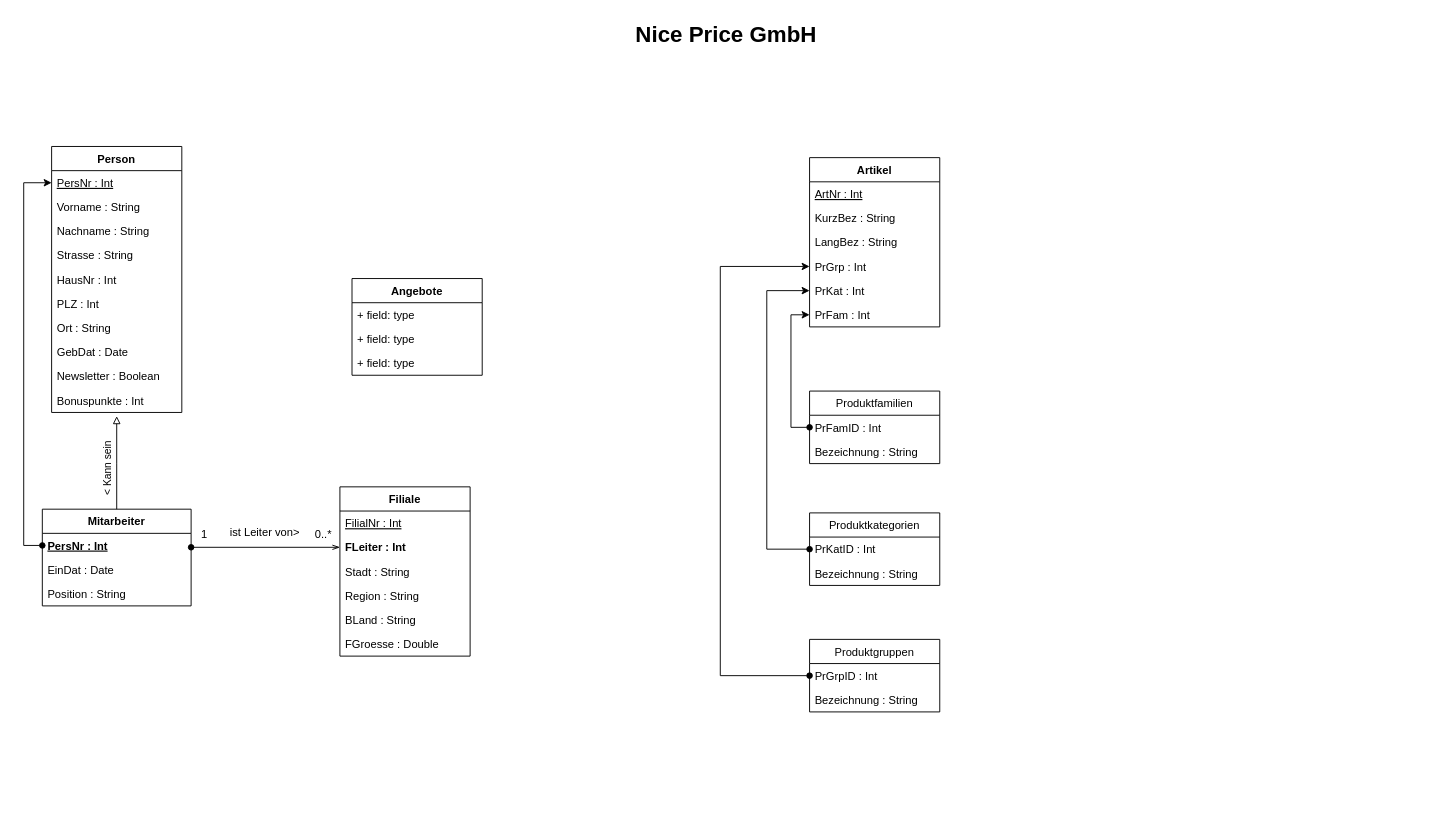
The draw.io diagram NicePriceUML.drawio in Resteklicken/DBS, before the edit. Source tidied: cells renumbered, new cells numbered last; positions are measured from the earlier drawing's top-left corner, leaving out a move shared by most shapes. Both pictures are drawn from the tidied source at 93%, with x=0, y=0 at pixel (23, 16).
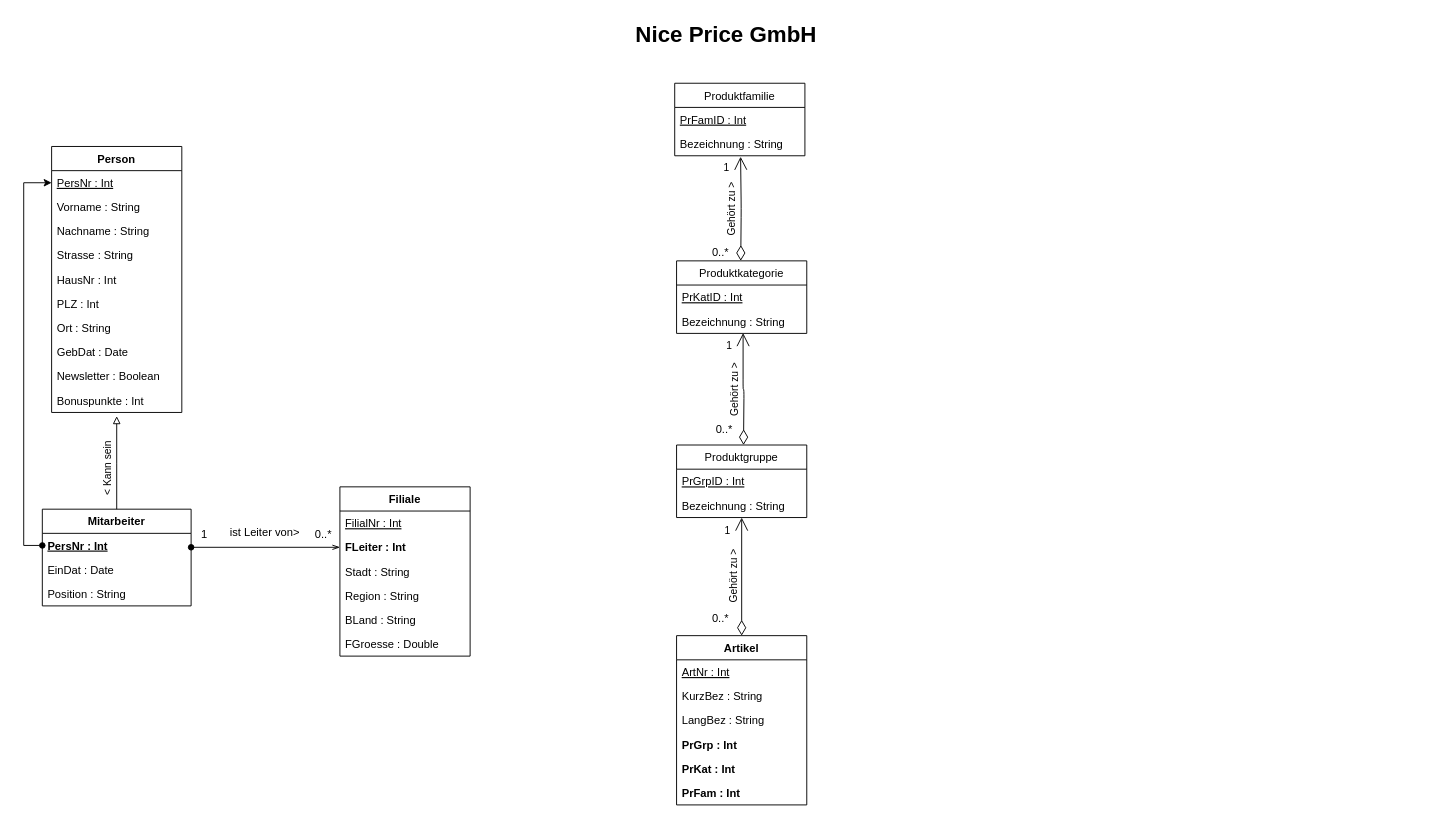
The same page after the edit.

Commit message:
Alignment etc Grupppen, Familien, Kategorien

Unchanged cells that the change refers to:
```xml
<mxCell id="45" value="Bezeichnung : String" style="text;strokeColor=none;fillColor=none;align=left;verticalAlign=top;spacingLeft=4;spacingRight=4;overflow=hidden;points=[[0,0.5],[1,0.5]];portConstraint=eastwest;" parent="43" vertex="1">
  <mxGeometry y="52" width="140" height="26" as="geometry" />
</mxCell>
<mxCell id="48" value="Bezeichnung : String" style="text;strokeColor=none;fillColor=none;align=left;verticalAlign=top;spacingLeft=4;spacingRight=4;overflow=hidden;points=[[0,0.5],[1,0.5]];portConstraint=eastwest;" parent="46" vertex="1">
  <mxGeometry y="52" width="140" height="26" as="geometry" />
</mxCell>
<mxCell id="51" value="Bezeichnung : String" style="text;strokeColor=none;fillColor=none;align=left;verticalAlign=top;spacingLeft=4;spacingRight=4;overflow=hidden;points=[[0,0.5],[1,0.5]];portConstraint=eastwest;" parent="49" vertex="1">
  <mxGeometry y="52" width="140" height="26" as="geometry" />
</mxCell>
```

Change to the diagram source:
```diff
@@
     <mxCell id="27" value="Artikel" style="swimlane;fontStyle=1;horizontal=1;startSize=26;fillColor=none;" parent="1" vertex="1">
-      <mxGeometry x="845" y="152" width="140" height="182" as="geometry" />
+      <mxGeometry x="702" y="666" width="140" height="182" as="geometry" />
     </mxCell>
@@
-    <mxCell id="31" value="PrGrp : Int&#10;" style="text;strokeColor=none;fillColor=none;align=left;verticalAlign=top;spacingLeft=4;spacingRight=4;overflow=hidden;points=[[0,0.5],[1,0.5]];portConstraint=eastwest;" parent="27" vertex="1">
+    <mxCell id="31" value="PrGrp : Int&#10;" style="text;strokeColor=none;fillColor=none;align=left;verticalAlign=top;spacingLeft=4;spacingRight=4;overflow=hidden;points=[[0,0.5],[1,0.5]];portConstraint=eastwest;fontStyle=1;" parent="27" vertex="1">
       <mxGeometry y="104" width="140" height="26" as="geometry" />
     </mxCell>
-    <mxCell id="32" value="PrKat : Int" style="text;strokeColor=none;fillColor=none;align=left;verticalAlign=top;spacingLeft=4;spacingRight=4;overflow=hidden;points=[[0,0.5],[1,0.5]];portConstraint=eastwest;" parent="27" vertex="1">
+    <mxCell id="32" value="PrKat : Int" style="text;strokeColor=none;fillColor=none;align=left;verticalAlign=top;spacingLeft=4;spacingRight=4;overflow=hidden;points=[[0,0.5],[1,0.5]];portConstraint=eastwest;fontStyle=1;" parent="27" vertex="1">
       <mxGeometry y="130" width="140" height="26" as="geometry" />
     </mxCell>
-    <mxCell id="33" value="PrFam : Int" style="text;strokeColor=none;fillColor=none;align=left;verticalAlign=top;spacingLeft=4;spacingRight=4;overflow=hidden;points=[[0,0.5],[1,0.5]];portConstraint=eastwest;" parent="27" vertex="1">
+    <mxCell id="33" value="PrFam : Int" style="text;strokeColor=none;fillColor=none;align=left;verticalAlign=top;spacingLeft=4;spacingRight=4;overflow=hidden;points=[[0,0.5],[1,0.5]];portConstraint=eastwest;fontStyle=1;" parent="27" vertex="1">
       <mxGeometry y="156" width="140" height="26" as="geometry" />
     </mxCell>
@@
-    <mxCell id="39" value="Angebote" style="swimlane;fontStyle=1;horizontal=1;startSize=26;fillColor=none;" parent="1" vertex="1">
-      <mxGeometry x="353" y="282" width="140" height="104" as="geometry" />
-    </mxCell>
-    <mxCell id="40" value="+ field: type" style="text;strokeColor=none;fillColor=none;align=left;verticalAlign=top;spacingLeft=4;spacingRight=4;overflow=hidden;" parent="39" vertex="1">
-      <mxGeometry y="26" width="140" height="26" as="geometry" />
-    </mxCell>
-    <mxCell id="41" value="+ field: type" style="text;strokeColor=none;fillColor=none;align=left;verticalAlign=top;spacingLeft=4;spacingRight=4;overflow=hidden;" parent="39" vertex="1">
-      <mxGeometry y="52" width="140" height="26" as="geometry" />
-    </mxCell>
-    <mxCell id="42" value="+ field: type" style="text;strokeColor=none;fillColor=none;align=left;verticalAlign=top;spacingLeft=4;spacingRight=4;overflow=hidden;" parent="39" vertex="1">
-      <mxGeometry y="78" width="140" height="26" as="geometry" />
-    </mxCell>
-    <mxCell id="43" value="Produktfamilien" style="swimlane;fontStyle=0;horizontal=1;startSize=26;fillColor=none;" parent="1" vertex="1">
-      <mxGeometry x="845" y="403" width="140" height="78" as="geometry" />
+    <mxCell id="43" value="Produktfamilie" style="swimlane;fontStyle=0;horizontal=1;startSize=26;fillColor=none;" parent="1" vertex="1">
+      <mxGeometry x="700" y="72" width="140" height="78" as="geometry" />
     </mxCell>
-    <mxCell id="44" value="PrFamID : Int" style="text;strokeColor=none;fillColor=none;align=left;verticalAlign=top;spacingLeft=4;spacingRight=4;overflow=hidden;points=[[0,0.5],[1,0.5]];portConstraint=eastwest;" parent="43" vertex="1">
+    <mxCell id="44" value="PrFamID : Int" style="text;strokeColor=none;fillColor=none;align=left;verticalAlign=top;spacingLeft=4;spacingRight=4;overflow=hidden;points=[[0,0.5],[1,0.5]];portConstraint=eastwest;fontStyle=4;" parent="43" vertex="1">
       <mxGeometry y="26" width="140" height="26" as="geometry" />
     </mxCell>
@@
-    <mxCell id="46" value="Produktgruppen" style="swimlane;fontStyle=0;horizontal=1;startSize=26;fillColor=none;" parent="1" vertex="1">
-      <mxGeometry x="845" y="670" width="140" height="78" as="geometry" />
+    <mxCell id="46" value="Produktgruppe" style="swimlane;fontStyle=0;horizontal=1;startSize=26;fillColor=none;" parent="1" vertex="1">
+      <mxGeometry x="702" y="461" width="140" height="78" as="geometry" />
     </mxCell>
-    <mxCell id="47" value="PrGrpID : Int" style="text;strokeColor=none;fillColor=none;align=left;verticalAlign=top;spacingLeft=4;spacingRight=4;overflow=hidden;points=[[0,0.5],[1,0.5]];portConstraint=eastwest;" parent="46" vertex="1">
+    <mxCell id="47" value="PrGrpID : Int" style="text;strokeColor=none;fillColor=none;align=left;verticalAlign=top;spacingLeft=4;spacingRight=4;overflow=hidden;points=[[0,0.5],[1,0.5]];portConstraint=eastwest;fontStyle=4;" parent="46" vertex="1">
       <mxGeometry y="26" width="140" height="26" as="geometry" />
     </mxCell>
@@
-    <mxCell id="49" value="Produktkategorien" style="swimlane;fontStyle=0;horizontal=1;startSize=26;fillColor=none;" parent="1" vertex="1">
-      <mxGeometry x="845" y="534" width="140" height="78" as="geometry" />
+    <mxCell id="49" value="Produktkategorie" style="swimlane;fontStyle=0;horizontal=1;startSize=26;fillColor=none;" parent="1" vertex="1">
+      <mxGeometry x="702" y="263" width="140" height="78" as="geometry" />
     </mxCell>
-    <mxCell id="50" value="PrKatID : Int" style="text;strokeColor=none;fillColor=none;align=left;verticalAlign=top;spacingLeft=4;spacingRight=4;overflow=hidden;points=[[0,0.5],[1,0.5]];portConstraint=eastwest;" parent="49" vertex="1">
+    <mxCell id="50" value="PrKatID : Int" style="text;strokeColor=none;fillColor=none;align=left;verticalAlign=top;spacingLeft=4;spacingRight=4;overflow=hidden;points=[[0,0.5],[1,0.5]];portConstraint=eastwest;fontStyle=4;" parent="49" vertex="1">
       <mxGeometry y="26" width="140" height="26" as="geometry" />
     </mxCell>
@@
-    <mxCell id="52" style="edgeStyle=orthogonalEdgeStyle;rounded=0;jettySize=auto;html=1;exitX=0;exitY=0.5;exitDx=0;exitDy=0;entryX=0;entryY=0.5;entryDx=0;entryDy=0;startArrow=oval;startFill=1;" parent="1" edge="1" source="44" target="33">
-      <mxGeometry relative="1" as="geometry" />
-    </mxCell>
-    <mxCell id="53" style="edgeStyle=orthogonalEdgeStyle;rounded=0;jettySize=auto;html=1;exitX=0;exitY=0.5;exitDx=0;exitDy=0;entryX=0;entryY=0.5;entryDx=0;entryDy=0;startArrow=oval;startFill=1;" parent="1" edge="1" source="50" target="32">
-      <mxGeometry relative="1" as="geometry">
-        <Array as="points">
-          <mxPoint x="799" y="573" />
-          <mxPoint x="799" y="295" />
-        </Array>
-      </mxGeometry>
-    </mxCell>
-    <mxCell id="54" style="edgeStyle=orthogonalEdgeStyle;rounded=0;jettySize=auto;html=1;startArrow=oval;startFill=1;" parent="1" edge="1" source="47" target="31">
-      <mxGeometry relative="1" as="geometry">
-        <Array as="points">
-          <mxPoint x="749" y="709" />
-          <mxPoint x="749" y="269" />
-        </Array>
-      </mxGeometry>
-    </mxCell>
+    <mxCell id="55" value="1" style="endArrow=open;html=1;endSize=12;startArrow=diamondThin;startSize=14;startFill=0;edgeStyle=orthogonalEdgeStyle;align=left;verticalAlign=bottom;horizontal=1;entryX=0.506;entryY=1.038;entryDx=0;entryDy=0;entryPerimeter=0;" parent="1" edge="1" target="45">
+      <mxGeometry x="0.63" y="20" relative="1" as="geometry">
+        <mxPoint x="771" y="263" as="sourcePoint" />
+      </mxGeometry>
+    </mxCell>
+    <mxCell id="56" value="Gehört zu &amp;gt;" style="edgeLabel;html=1;align=center;verticalAlign=middle;horizontal=0;" parent="55" vertex="1">
+      <mxGeometry x="0.12" relative="1" as="geometry">
+        <mxPoint x="-9.8" y="8.2" as="offset" />
+      </mxGeometry>
+    </mxCell>
+    <mxCell id="57" value="0..*" style="text;html=1;align=center;verticalAlign=middle;fillColor=none;strokeColor=none;rounded=0;" parent="1" vertex="1">
+      <mxGeometry x="735" y="245" width="28" height="18" as="geometry" />
+    </mxCell>
+    <mxCell id="58" value="1" style="endArrow=open;html=1;endSize=12;startArrow=diamondThin;startSize=14;startFill=0;edgeStyle=orthogonalEdgeStyle;align=left;verticalAlign=bottom;horizontal=1;entryX=0.511;entryY=0.985;entryDx=0;entryDy=0;entryPerimeter=0;" parent="1" edge="1" target="51">
+      <mxGeometry x="0.63" y="20" relative="1" as="geometry">
+        <mxPoint x="774" y="461" as="sourcePoint" />
+      </mxGeometry>
+    </mxCell>
+    <mxCell id="59" value="Gehört zu &amp;gt;" style="edgeLabel;html=1;align=center;verticalAlign=middle;horizontal=0;" parent="58" vertex="1">
+      <mxGeometry x="0.12" relative="1" as="geometry">
+        <mxPoint x="-9.8" y="8.2" as="offset" />
+      </mxGeometry>
+    </mxCell>
+    <mxCell id="60" value="0..*" style="text;html=1;align=center;verticalAlign=middle;fillColor=none;strokeColor=none;rounded=0;" parent="1" vertex="1">
+      <mxGeometry x="739" y="436" width="28" height="18" as="geometry" />
+    </mxCell>
+    <mxCell id="61" value="1" style="endArrow=open;html=1;endSize=12;startArrow=diamondThin;startSize=14;startFill=0;edgeStyle=orthogonalEdgeStyle;align=left;verticalAlign=bottom;horizontal=1;entryX=0.5;entryY=1;entryDx=0;entryDy=0;entryPerimeter=0;" parent="1" edge="1" source="27" target="48">
+      <mxGeometry x="0.63" y="20" relative="1" as="geometry" />
+    </mxCell>
+    <mxCell id="62" value="Gehört zu &amp;gt;" style="edgeLabel;html=1;align=center;verticalAlign=middle;horizontal=0;" parent="61" vertex="1">
+      <mxGeometry x="0.12" relative="1" as="geometry">
+        <mxPoint x="-9.8" y="8.2" as="offset" />
+      </mxGeometry>
+    </mxCell>
+    <mxCell id="63" value="0..*" style="text;html=1;align=center;verticalAlign=middle;fillColor=none;strokeColor=none;rounded=0;" parent="1" vertex="1">
+      <mxGeometry x="735" y="639" width="28" height="18" as="geometry" />
+    </mxCell>
```
